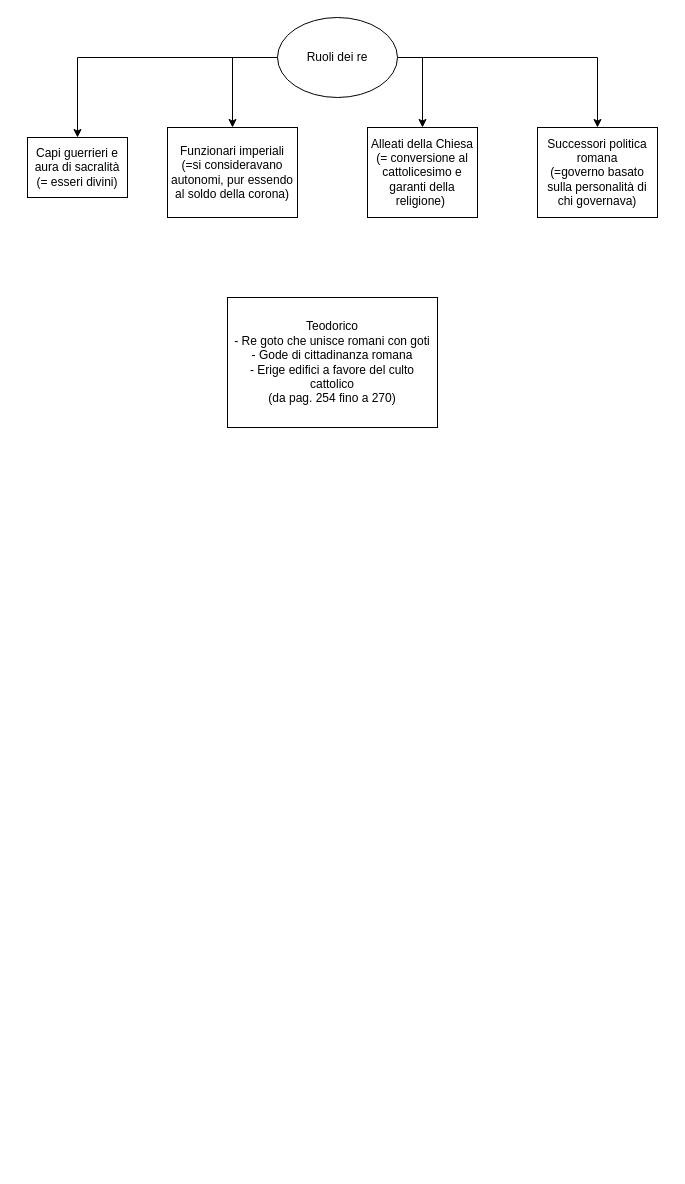
Before: Freelance/Storia/Daniele C/Società dei regni.drawio in gabrielrovesti/Teaching-And-Tutoring, a draw.io diagram. Source tidied: cells renumbered, new cells numbered last; positions are measured from the earlier drawing's top-left corner, leaving out a move shared by most shapes. Both pictures are drawn from the tidied source at 100%, with x=0, y=0 at pixel (27, 17).
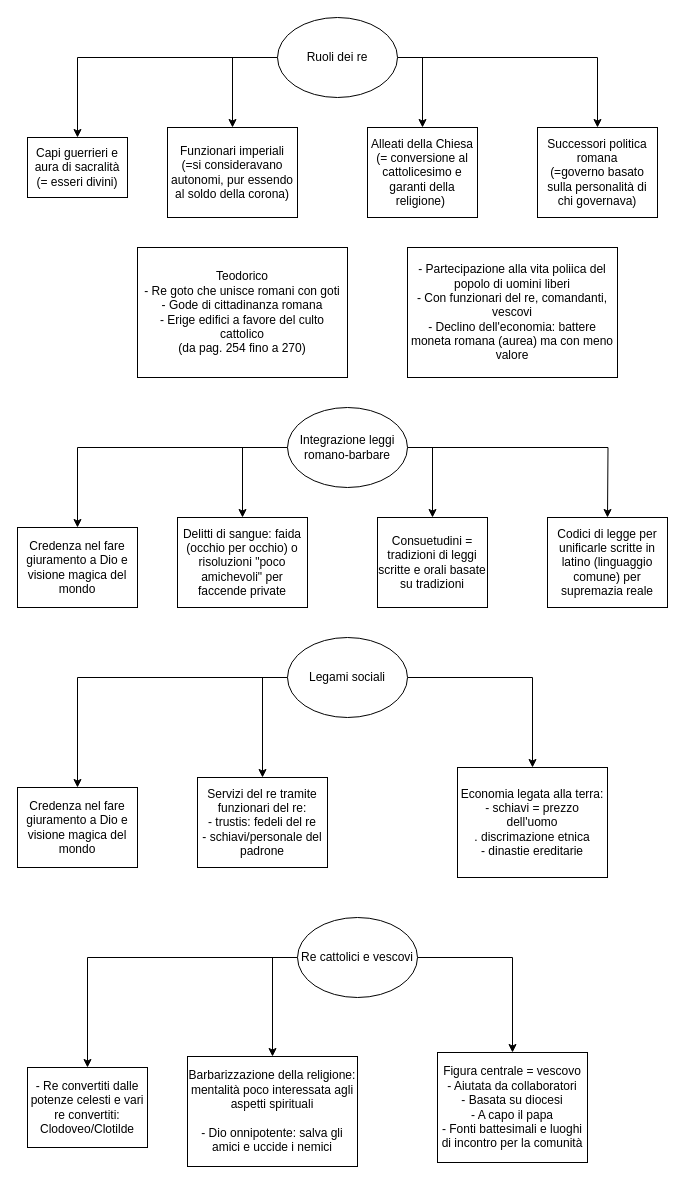
After the change.

The edit, as a diff of the source:
```diff
@@
     <mxCell id="11" value="Teodorico&lt;br&gt;- Re goto che unisce romani con goti&lt;br&gt;- Gode di cittadinanza romana&lt;br&gt;- Erige edifici a favore del culto cattolico&lt;br&gt;(da pag. 254 fino a 270)" style="rounded=0;whiteSpace=wrap;html=1;" parent="1" vertex="1">
-      <mxGeometry x="200" y="280" width="210" height="130" as="geometry" />
+      <mxGeometry x="110" y="230" width="210" height="130" as="geometry" />
     </mxCell>
+    <mxCell id="12" value="- Partecipazione alla vita poliica del popolo di uomini liberi&lt;br&gt;- Con funzionari del re, comandanti, vescovi&lt;br&gt;- Declino dell'economia: battere moneta romana (aurea) ma con meno valore" style="rounded=0;whiteSpace=wrap;html=1;" parent="1" vertex="1">
+      <mxGeometry x="380" y="230" width="210" height="130" as="geometry" />
+    </mxCell>
+    <mxCell id="13" style="edgeStyle=orthogonalEdgeStyle;rounded=0;jettySize=auto;html=1;exitX=0;exitY=0.5;exitDx=0;exitDy=0;" parent="1" edge="1" source="17" target="18">
+      <mxGeometry relative="1" as="geometry" />
+    </mxCell>
+    <mxCell id="14" style="edgeStyle=orthogonalEdgeStyle;rounded=0;jettySize=auto;html=1;exitX=0;exitY=0.5;exitDx=0;exitDy=0;" parent="1" edge="1" source="17" target="19">
+      <mxGeometry relative="1" as="geometry" />
+    </mxCell>
+    <mxCell id="15" style="edgeStyle=orthogonalEdgeStyle;rounded=0;jettySize=auto;html=1;exitX=1;exitY=0.5;exitDx=0;exitDy=0;" parent="1" edge="1" source="17">
+      <mxGeometry relative="1" as="geometry">
+        <mxPoint x="580" y="500" as="targetPoint" />
+      </mxGeometry>
+    </mxCell>
+    <mxCell id="16" style="edgeStyle=orthogonalEdgeStyle;rounded=0;jettySize=auto;html=1;exitX=1;exitY=0.5;exitDx=0;exitDy=0;" parent="1" edge="1" source="17" target="20">
+      <mxGeometry relative="1" as="geometry" />
+    </mxCell>
+    <mxCell id="17" value="Integrazione leggi romano-barbare" style="ellipse;whiteSpace=wrap;html=1;" parent="1" vertex="1">
+      <mxGeometry x="260" y="390" width="120" height="80" as="geometry" />
+    </mxCell>
+    <mxCell id="18" value="Credenza nel fare giuramento a Dio e visione magica del mondo" style="rounded=0;whiteSpace=wrap;html=1;" parent="1" vertex="1">
+      <mxGeometry x="-10" y="510" width="120" height="80" as="geometry" />
+    </mxCell>
+    <mxCell id="19" value="Delitti di sangue: faida (occhio per occhio) o risoluzioni &quot;poco amichevoli&quot; per faccende private" style="rounded=0;whiteSpace=wrap;html=1;" parent="1" vertex="1">
+      <mxGeometry x="150" y="500" width="130" height="90" as="geometry" />
+    </mxCell>
+    <mxCell id="20" value="Consuetudini = tradizioni di leggi scritte e orali basate su tradizioni" style="rounded=0;whiteSpace=wrap;html=1;" parent="1" vertex="1">
+      <mxGeometry x="350" y="500" width="110" height="90" as="geometry" />
+    </mxCell>
+    <mxCell id="21" value="Codici di legge per unificarle scritte in latino (linguaggio comune) per supremazia reale" style="rounded=0;whiteSpace=wrap;html=1;" parent="1" vertex="1">
+      <mxGeometry x="520" y="500" width="120" height="90" as="geometry" />
+    </mxCell>
+    <mxCell id="22" style="edgeStyle=orthogonalEdgeStyle;rounded=0;jettySize=auto;html=1;exitX=0;exitY=0.5;exitDx=0;exitDy=0;" parent="1" edge="1" source="25" target="26">
+      <mxGeometry relative="1" as="geometry" />
+    </mxCell>
+    <mxCell id="23" style="edgeStyle=orthogonalEdgeStyle;rounded=0;jettySize=auto;html=1;exitX=0;exitY=0.5;exitDx=0;exitDy=0;" parent="1" edge="1" source="25" target="27">
+      <mxGeometry relative="1" as="geometry" />
+    </mxCell>
+    <mxCell id="24" style="edgeStyle=orthogonalEdgeStyle;rounded=0;jettySize=auto;html=1;exitX=1;exitY=0.5;exitDx=0;exitDy=0;" parent="1" edge="1" source="25" target="28">
+      <mxGeometry relative="1" as="geometry" />
+    </mxCell>
+    <mxCell id="25" value="Legami sociali" style="ellipse;whiteSpace=wrap;html=1;" parent="1" vertex="1">
+      <mxGeometry x="260" y="620" width="120" height="80" as="geometry" />
+    </mxCell>
+    <mxCell id="26" value="Credenza nel fare giuramento a Dio e visione magica del mondo" style="rounded=0;whiteSpace=wrap;html=1;" parent="1" vertex="1">
+      <mxGeometry x="-10" y="770" width="120" height="80" as="geometry" />
+    </mxCell>
+    <mxCell id="27" value="Servizi del re tramite funzionari del re:&lt;br&gt;- trustis: fedeli del re&lt;br&gt;- schiavi/personale del padrone" style="rounded=0;whiteSpace=wrap;html=1;" parent="1" vertex="1">
+      <mxGeometry x="170" y="760" width="130" height="90" as="geometry" />
+    </mxCell>
+    <mxCell id="28" value="Economia legata alla terra:&lt;br&gt;- schiavi = prezzo dell'uomo&lt;br&gt;. discrimazione etnica&lt;br&gt;- dinastie ereditarie" style="rounded=0;whiteSpace=wrap;html=1;" parent="1" vertex="1">
+      <mxGeometry x="430" y="750" width="150" height="110" as="geometry" />
+    </mxCell>
+    <mxCell id="29" style="edgeStyle=orthogonalEdgeStyle;rounded=0;jettySize=auto;html=1;exitX=0;exitY=0.5;exitDx=0;exitDy=0;" parent="1" edge="1" source="32" target="33">
+      <mxGeometry relative="1" as="geometry" />
+    </mxCell>
+    <mxCell id="30" style="edgeStyle=orthogonalEdgeStyle;rounded=0;jettySize=auto;html=1;exitX=0;exitY=0.5;exitDx=0;exitDy=0;" parent="1" edge="1" source="32" target="34">
+      <mxGeometry relative="1" as="geometry" />
+    </mxCell>
+    <mxCell id="31" style="edgeStyle=orthogonalEdgeStyle;rounded=0;jettySize=auto;html=1;exitX=1;exitY=0.5;exitDx=0;exitDy=0;" parent="1" edge="1" source="32" target="35">
+      <mxGeometry relative="1" as="geometry" />
+    </mxCell>
+    <mxCell id="32" value="Re cattolici e vescovi" style="ellipse;whiteSpace=wrap;html=1;" parent="1" vertex="1">
+      <mxGeometry x="270" y="900" width="120" height="80" as="geometry" />
+    </mxCell>
+    <mxCell id="33" value="- Re convertiti dalle potenze celesti e vari re convertiti: Clodoveo/Clotilde" style="rounded=0;whiteSpace=wrap;html=1;" parent="1" vertex="1">
+      <mxGeometry y="1050" width="120" height="80" as="geometry" />
+    </mxCell>
+    <mxCell id="34" value="Barbarizzazione della religione: mentalità poco interessata agli aspetti spirituali&lt;br&gt;&lt;br&gt;- Dio onnipotente: salva gli amici e uccide i nemici" style="rounded=0;whiteSpace=wrap;html=1;" parent="1" vertex="1">
+      <mxGeometry x="160" y="1039" width="170" height="110" as="geometry" />
+    </mxCell>
+    <mxCell id="35" value="Figura centrale = vescovo&lt;br&gt;- Aiutata da collaboratori&lt;br&gt;- Basata su diocesi&lt;br&gt;- A capo il papa&lt;br&gt;- Fonti battesimali e luoghi di incontro per la comunità" style="rounded=0;whiteSpace=wrap;html=1;" parent="1" vertex="1">
+      <mxGeometry x="410" y="1035" width="150" height="110" as="geometry" />
+    </mxCell>
```
